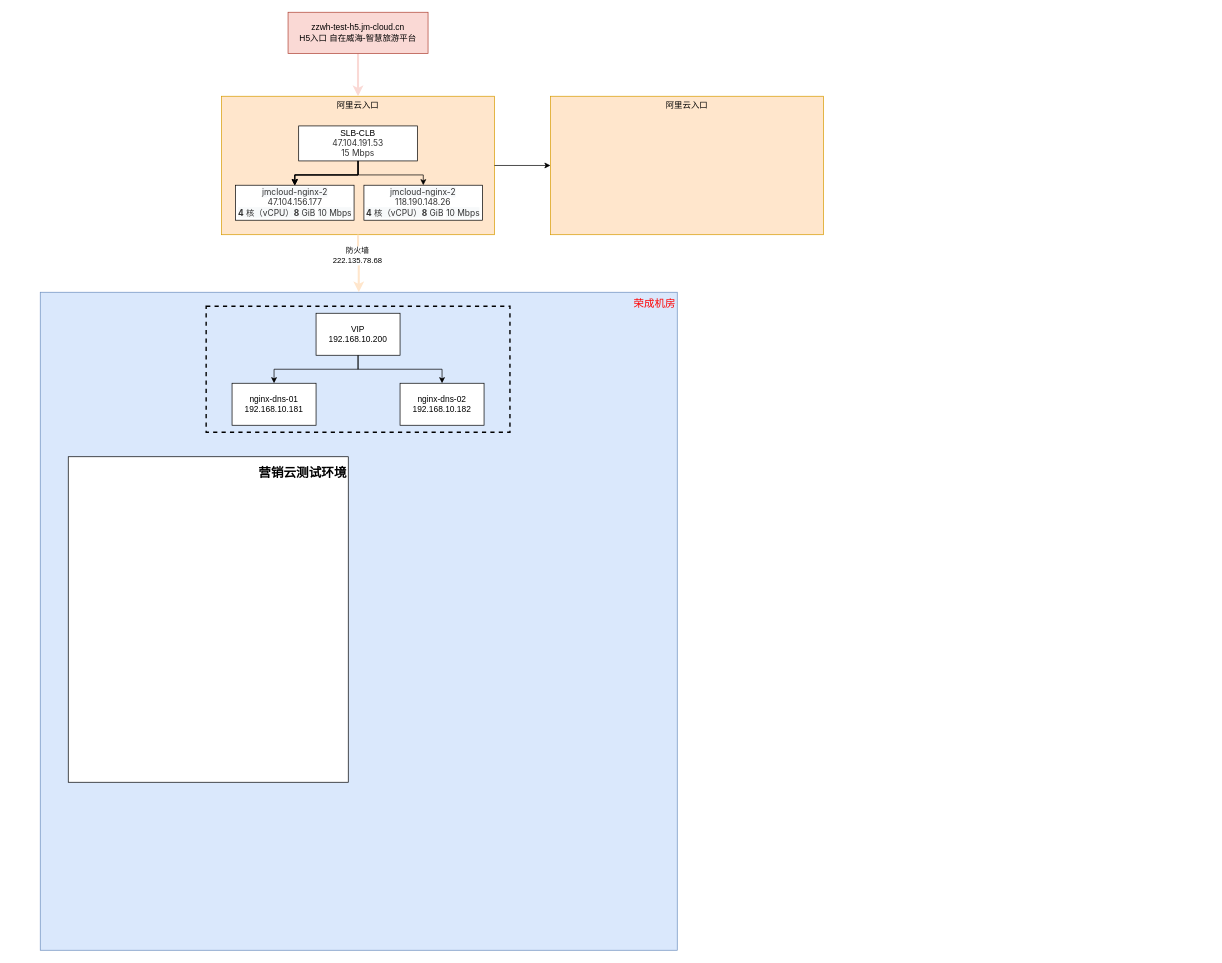
xiaoshizizhuzhu/learngit keeps this draw.io diagram as 景区云，营销云-test.drawio. Above is the earlier version. Source tidied: cells renumbered, new cells numbered last; positions are measured from the earlier drawing's top-left corner, leaving out a move shared by most shapes. Both pictures are drawn from the tidied source at 70%, with x=0, y=0 at pixel (40, 12).
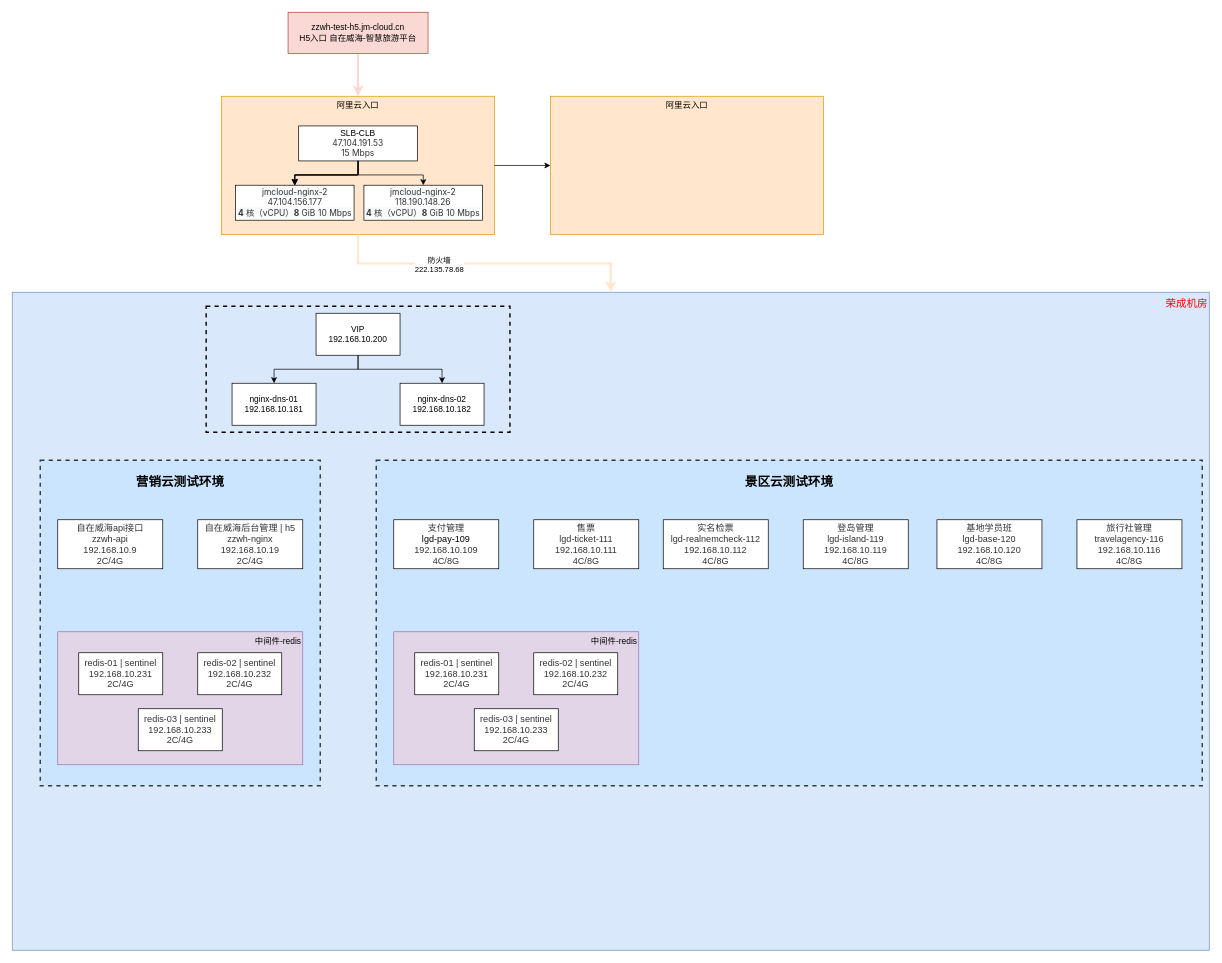
The same page after the edit.

Commit message (it also covers changes not shown here):
更新景区云，营销云-test.drawio

Diff of the diagram source:
```diff
@@
     <mxCell id="12" value="&lt;font style=&quot;font-size: 15px; color: rgb(255, 0, 0);&quot;&gt;荣成机房&lt;/font&gt;" style="whiteSpace=wrap;html=1;fillColor=#dae8fc;strokeColor=#6c8ebf;rounded=0;align=right;verticalAlign=top;" parent="1" vertex="1">
-      <mxGeometry y="400" width="910" height="940" as="geometry" />
+      <mxGeometry x="-40" y="400" width="1710" height="940" as="geometry" />
     </mxCell>
@@
-    <mxCell id="24" value="&lt;h2 style=&quot;text-align: justify;&quot;&gt;&lt;span style=&quot;background-color: transparent; color: light-dark(rgb(0, 0, 0), rgb(255, 255, 255));&quot;&gt;营销云测试环境&lt;/span&gt;&lt;/h2&gt;&lt;div&gt;&lt;span style=&quot;background-color: transparent; color: light-dark(rgb(0, 0, 0), rgb(255, 255, 255));&quot;&gt;&lt;br&gt;&lt;/span&gt;&lt;/div&gt;&lt;div&gt;&lt;span style=&quot;background-color: transparent; color: light-dark(rgb(0, 0, 0), rgb(255, 255, 255));&quot;&gt;&lt;br&gt;&lt;/span&gt;&lt;/div&gt;&lt;div&gt;&lt;span style=&quot;background-color: transparent; color: light-dark(rgb(0, 0, 0), rgb(255, 255, 255));&quot;&gt;&lt;br&gt;&lt;/span&gt;&lt;/div&gt;&lt;div&gt;&lt;span style=&quot;background-color: transparent; color: light-dark(rgb(0, 0, 0), rgb(255, 255, 255));&quot;&gt;&lt;br&gt;&lt;/span&gt;&lt;/div&gt;&lt;div&gt;&lt;span style=&quot;background-color: transparent; color: light-dark(rgb(0, 0, 0), rgb(255, 255, 255));&quot;&gt;&lt;br&gt;&lt;/span&gt;&lt;/div&gt;&lt;div&gt;&lt;span style=&quot;background-color: transparent; color: light-dark(rgb(0, 0, 0), rgb(255, 255, 255));&quot;&gt;&lt;br&gt;&lt;/span&gt;&lt;/div&gt;&lt;div&gt;&lt;span style=&quot;background-color: transparent; color: light-dark(rgb(0, 0, 0), rgb(255, 255, 255));&quot;&gt;&lt;br&gt;&lt;/span&gt;&lt;/div&gt;&lt;div&gt;&lt;span style=&quot;background-color: transparent; color: light-dark(rgb(0, 0, 0), rgb(255, 255, 255));&quot;&gt;&lt;br&gt;&lt;/span&gt;&lt;/div&gt;&lt;div&gt;&lt;span style=&quot;background-color: transparent; color: light-dark(rgb(0, 0, 0), rgb(255, 255, 255));&quot;&gt;&lt;br&gt;&lt;/span&gt;&lt;/div&gt;&lt;div&gt;&lt;span style=&quot;background-color: transparent; color: light-dark(rgb(0, 0, 0), rgb(255, 255, 255));&quot;&gt;&lt;br&gt;&lt;/span&gt;&lt;/div&gt;&lt;div&gt;&lt;span style=&quot;background-color: transparent; color: light-dark(rgb(0, 0, 0), rgb(255, 255, 255));&quot;&gt;&lt;br&gt;&lt;/span&gt;&lt;/div&gt;&lt;div&gt;&lt;span style=&quot;background-color: transparent; color: light-dark(rgb(0, 0, 0), rgb(255, 255, 255));&quot;&gt;&lt;br&gt;&lt;/span&gt;&lt;/div&gt;&lt;div&gt;&lt;span style=&quot;background-color: transparent; color: light-dark(rgb(0, 0, 0), rgb(255, 255, 255));&quot;&gt;&lt;br&gt;&lt;/span&gt;&lt;/div&gt;&lt;div&gt;&lt;span style=&quot;background-color: transparent; color: light-dark(rgb(0, 0, 0), rgb(255, 255, 255));&quot;&gt;&lt;br&gt;&lt;/span&gt;&lt;/div&gt;&lt;div&gt;&lt;span style=&quot;background-color: transparent; color: light-dark(rgb(0, 0, 0), rgb(255, 255, 255));&quot;&gt;&lt;br&gt;&lt;/span&gt;&lt;/div&gt;&lt;div&gt;&lt;span style=&quot;background-color: transparent; color: light-dark(rgb(0, 0, 0), rgb(255, 255, 255));&quot;&gt;&lt;br&gt;&lt;/span&gt;&lt;/div&gt;&lt;div&gt;&lt;span style=&quot;background-color: transparent; color: light-dark(rgb(0, 0, 0), rgb(255, 255, 255));&quot;&gt;&lt;br&gt;&lt;/span&gt;&lt;/div&gt;&lt;div&gt;&lt;span style=&quot;background-color: transparent; color: light-dark(rgb(0, 0, 0), rgb(255, 255, 255));&quot;&gt;&lt;br&gt;&lt;/span&gt;&lt;/div&gt;&lt;div&gt;&lt;span style=&quot;background-color: transparent; color: light-dark(rgb(0, 0, 0), rgb(255, 255, 255));&quot;&gt;&lt;br&gt;&lt;/span&gt;&lt;/div&gt;&lt;div&gt;&lt;span style=&quot;background-color: transparent; color: light-dark(rgb(0, 0, 0), rgb(255, 255, 255));&quot;&gt;&lt;br&gt;&lt;/span&gt;&lt;/div&gt;&lt;div&gt;&lt;span style=&quot;background-color: transparent; color: light-dark(rgb(0, 0, 0), rgb(255, 255, 255));&quot;&gt;&lt;br&gt;&lt;/span&gt;&lt;/div&gt;&lt;div&gt;&lt;span style=&quot;background-color: transparent; color: light-dark(rgb(0, 0, 0), rgb(255, 255, 255));&quot;&gt;&lt;br&gt;&lt;/span&gt;&lt;/div&gt;&lt;div&gt;&lt;span style=&quot;background-color: transparent; color: light-dark(rgb(0, 0, 0), rgb(255, 255, 255));&quot;&gt;&lt;br&gt;&lt;/span&gt;&lt;/div&gt;&lt;div&gt;&lt;span style=&quot;background-color: transparent; color: light-dark(rgb(0, 0, 0), rgb(255, 255, 255));&quot;&gt;&lt;br&gt;&lt;/span&gt;&lt;/div&gt;&lt;div&gt;&lt;span style=&quot;background-color: transparent; color: light-dark(rgb(0, 0, 0), rgb(255, 255, 255));&quot;&gt;&lt;br&gt;&lt;/span&gt;&lt;/div&gt;&lt;div&gt;&lt;span style=&quot;background-color: transparent; color: light-dark(rgb(0, 0, 0), rgb(255, 255, 255));&quot;&gt;&lt;br&gt;&lt;/span&gt;&lt;/div&gt;&lt;div&gt;&lt;span style=&quot;background-color: transparent; color: light-dark(rgb(0, 0, 0), rgb(255, 255, 255));&quot;&gt;&lt;br&gt;&lt;/span&gt;&lt;/div&gt;&lt;div&gt;&lt;span style=&quot;background-color: transparent; color: light-dark(rgb(0, 0, 0), rgb(255, 255, 255));&quot;&gt;&lt;br&gt;&lt;/span&gt;&lt;/div&gt;&lt;div&gt;&lt;span style=&quot;background-color: transparent; color: light-dark(rgb(0, 0, 0), rgb(255, 255, 255));&quot;&gt;&lt;br&gt;&lt;/span&gt;&lt;/div&gt;" style="rounded=0;whiteSpace=wrap;html=1;align=right;" parent="1" vertex="1">
-      <mxGeometry x="40" y="635" width="400" height="465" as="geometry" />
-    </mxCell>
@@
+    <mxCell id="27" style="group;" parent="1" vertex="1">
+      <mxGeometry y="640" width="400" height="465" as="geometry" />
+    </mxCell>
+    <mxCell id="24" value="&lt;h2 style=&quot;&quot;&gt;&lt;span style=&quot;background-color: transparent; color: light-dark(rgb(0, 0, 0), rgb(255, 255, 255));&quot;&gt;营销云测试环境&lt;/span&gt;&lt;/h2&gt;" style="rounded=0;whiteSpace=wrap;html=1;align=center;verticalAlign=top;fillColor=#cce5ff;strokeColor=#36393d;dashed=1;strokeWidth=2;" parent="27" vertex="1">
+      <mxGeometry width="400" height="465" as="geometry" />
+    </mxCell>
+    <mxCell id="28" value="&lt;div&gt;&lt;span style=&quot;color: rgb(50, 50, 50); font-family: &amp;quot;Microsoft YaHei&amp;quot;, 微软雅黑, Arial; font-size: 13px; background-color: rgba(255, 255, 255, 0.01);&quot;&gt;自在威海api接口&lt;/span&gt;&lt;/div&gt;&lt;span style=&quot;color: rgb(50, 50, 50); font-family: &amp;quot;Microsoft YaHei&amp;quot;, 微软雅黑, Arial; font-size: 13px; background-color: rgba(255, 255, 255, 0.01);&quot;&gt;zzwh-api&lt;/span&gt;&lt;br style=&quot;color: rgb(50, 50, 50); font-family: &amp;quot;Microsoft YaHei&amp;quot;, 微软雅黑, Arial; font-size: 13px;&quot;&gt;&lt;span style=&quot;color: rgb(50, 50, 50); font-family: &amp;quot;Microsoft YaHei&amp;quot;, 微软雅黑, Arial; font-size: 13px; background-color: rgba(255, 255, 255, 0.01);&quot;&gt;192.168.10.9&lt;/span&gt;&lt;br style=&quot;color: rgb(50, 50, 50); font-family: &amp;quot;Microsoft YaHei&amp;quot;, 微软雅黑, Arial; font-size: 13px;&quot;&gt;&lt;span style=&quot;color: rgb(50, 50, 50); font-family: &amp;quot;Microsoft YaHei&amp;quot;, 微软雅黑, Arial; font-size: 13px; background-color: rgba(255, 255, 255, 0.01);&quot;&gt;2C/4G&lt;/span&gt;" style="rounded=0;whiteSpace=wrap;html=1;" parent="27" vertex="1">
+      <mxGeometry x="25" y="85" width="150" height="70" as="geometry" />
+    </mxCell>
+    <mxCell id="29" value="&lt;div&gt;&lt;span style=&quot;color: rgb(50, 50, 50); font-family: &amp;quot;Microsoft YaHei&amp;quot;, 微软雅黑, Arial; font-size: 13px; background-color: rgba(255, 255, 255, 0.01);&quot;&gt;自在威海后台管理 | h5&lt;/span&gt;&lt;/div&gt;&lt;span style=&quot;color: rgb(50, 50, 50); font-family: &amp;quot;Microsoft YaHei&amp;quot;, 微软雅黑, Arial; font-size: 13px; background-color: rgba(255, 255, 255, 0.01);&quot;&gt;zzwh-nginx&lt;/span&gt;&lt;br style=&quot;color: rgb(50, 50, 50); font-family: &amp;quot;Microsoft YaHei&amp;quot;, 微软雅黑, Arial; font-size: 13px;&quot;&gt;&lt;span style=&quot;color: rgb(50, 50, 50); font-family: &amp;quot;Microsoft YaHei&amp;quot;, 微软雅黑, Arial; font-size: 13px; background-color: rgba(255, 255, 255, 0.01);&quot;&gt;192.168.10.19&lt;/span&gt;&lt;br style=&quot;color: rgb(50, 50, 50); font-family: &amp;quot;Microsoft YaHei&amp;quot;, 微软雅黑, Arial; font-size: 13px;&quot;&gt;&lt;span style=&quot;color: rgb(50, 50, 50); font-family: &amp;quot;Microsoft YaHei&amp;quot;, 微软雅黑, Arial; font-size: 13px; background-color: rgba(255, 255, 255, 0.01);&quot;&gt;2C/4G&lt;/span&gt;" style="whiteSpace=wrap;html=1;rounded=0;" parent="27" vertex="1">
+      <mxGeometry x="225" y="85" width="150" height="70" as="geometry" />
+    </mxCell>
+    <mxCell id="30" value="中间件-redis" style="rounded=0;whiteSpace=wrap;html=1;align=right;verticalAlign=top;fillColor=#e1d5e7;strokeColor=#9673a6;" parent="27" vertex="1">
+      <mxGeometry x="25" y="245" width="350" height="190" as="geometry" />
+    </mxCell>
+    <mxCell id="31" value="&lt;span style=&quot;color: rgb(50, 50, 50); font-family: &amp;quot;Microsoft YaHei&amp;quot;, 微软雅黑, Arial; font-size: 13px; background-color: rgba(255, 255, 255, 0.01);&quot;&gt;redis-01 | sentinel&lt;/span&gt;&lt;div style=&quot;resize: none; outline: none; font-size: 13px; color: rgb(50, 50, 50); font-family: &amp;quot;Microsoft YaHei&amp;quot;, 微软雅黑, Arial;&quot;&gt;192.168.10.231&lt;div style=&quot;resize: none; outline: none; font-size: inherit;&quot;&gt;2C/4G&lt;/div&gt;&lt;/div&gt;" style="rounded=0;whiteSpace=wrap;html=1;" parent="27" vertex="1">
+      <mxGeometry x="55" y="275" width="120" height="60" as="geometry" />
+    </mxCell>
+    <mxCell id="32" value="&lt;span style=&quot;color: rgb(50, 50, 50); font-family: &amp;quot;Microsoft YaHei&amp;quot;, 微软雅黑, Arial; font-size: 13px; background-color: rgba(255, 255, 255, 0.01);&quot;&gt;redis-02 | sentinel&lt;/span&gt;&lt;div style=&quot;resize: none; outline: none; font-size: 13px; color: rgb(50, 50, 50); font-family: &amp;quot;Microsoft YaHei&amp;quot;, 微软雅黑, Arial;&quot;&gt;192.168.10.232&lt;div style=&quot;resize: none; outline: none; font-size: inherit;&quot;&gt;2C/4G&lt;/div&gt;&lt;/div&gt;" style="rounded=0;whiteSpace=wrap;html=1;" parent="27" vertex="1">
+      <mxGeometry x="225" y="275" width="120" height="60" as="geometry" />
+    </mxCell>
+    <mxCell id="33" value="&lt;span style=&quot;color: rgb(50, 50, 50); font-family: &amp;quot;Microsoft YaHei&amp;quot;, 微软雅黑, Arial; font-size: 13px; background-color: rgba(255, 255, 255, 0.01);&quot;&gt;redis-03 | sentinel&lt;/span&gt;&lt;div style=&quot;resize: none; outline: none; font-size: 13px; color: rgb(50, 50, 50); font-family: &amp;quot;Microsoft YaHei&amp;quot;, 微软雅黑, Arial;&quot;&gt;192.168.10.233&lt;div style=&quot;resize: none; outline: none; font-size: inherit;&quot;&gt;2C/4G&lt;/div&gt;&lt;/div&gt;" style="rounded=0;whiteSpace=wrap;html=1;" parent="27" vertex="1">
+      <mxGeometry x="140" y="355" width="120" height="60" as="geometry" />
+    </mxCell>
+    <mxCell id="34" value="&lt;h2 style=&quot;&quot;&gt;&lt;span style=&quot;background-color: transparent; color: light-dark(rgb(0, 0, 0), rgb(255, 255, 255));&quot;&gt;景区云测试环境&lt;/span&gt;&lt;/h2&gt;" style="rounded=0;whiteSpace=wrap;html=1;align=center;verticalAlign=top;fillColor=#cce5ff;strokeColor=#36393d;dashed=1;strokeWidth=2;" parent="1" vertex="1">
+      <mxGeometry x="480" y="640" width="1180" height="465" as="geometry" />
+    </mxCell>
+    <mxCell id="35" value="&lt;div&gt;&lt;font face=&quot;Microsoft YaHei, 微软雅黑, Arial&quot; color=&quot;#323232&quot;&gt;&lt;span style=&quot;font-size: 13px; background-color: rgba(255, 255, 255, 0.01);&quot;&gt;支付管理&lt;/span&gt;&lt;/font&gt;&lt;/div&gt;&lt;span style=&quot;font-family: helvetica, arial, verdana, sans-serif; font-size: 13px; text-align: start; background-color: rgb(255, 255, 255);&quot;&gt;lgd-pay-109&lt;/span&gt;&lt;br style=&quot;color: rgb(50, 50, 50); font-family: &amp;quot;Microsoft YaHei&amp;quot;, 微软雅黑, Arial; font-size: 13px;&quot;&gt;&lt;span style=&quot;color: rgb(50, 50, 50); font-family: &amp;quot;Microsoft YaHei&amp;quot;, 微软雅黑, Arial; font-size: 13px; background-color: rgba(255, 255, 255, 0.01);&quot;&gt;192.168.10.109&lt;/span&gt;&lt;br style=&quot;color: rgb(50, 50, 50); font-family: &amp;quot;Microsoft YaHei&amp;quot;, 微软雅黑, Arial; font-size: 13px;&quot;&gt;&lt;span style=&quot;color: rgb(50, 50, 50); font-family: &amp;quot;Microsoft YaHei&amp;quot;, 微软雅黑, Arial; font-size: 13px; background-color: rgba(255, 255, 255, 0.01);&quot;&gt;4C/8G&lt;/span&gt;" style="rounded=0;whiteSpace=wrap;html=1;" parent="1" vertex="1">
+      <mxGeometry x="505" y="725" width="150" height="70" as="geometry" />
+    </mxCell>
+    <mxCell id="36" value="&lt;div&gt;&lt;font face=&quot;Microsoft YaHei, 微软雅黑, Arial&quot; color=&quot;#323232&quot;&gt;&lt;span style=&quot;font-size: 13px; background-color: rgba(255, 255, 255, 0.01);&quot;&gt;售票&lt;/span&gt;&lt;/font&gt;&lt;/div&gt;&lt;span style=&quot;color: rgb(50, 50, 50); font-family: &amp;quot;Microsoft YaHei&amp;quot;, 微软雅黑, Arial; font-size: 13px; background-color: rgba(255, 255, 255, 0.01);&quot;&gt;lgd-ticket-111&lt;/span&gt;&lt;br style=&quot;color: rgb(50, 50, 50); font-family: &amp;quot;Microsoft YaHei&amp;quot;, 微软雅黑, Arial; font-size: 13px;&quot;&gt;&lt;span style=&quot;color: rgb(50, 50, 50); font-family: &amp;quot;Microsoft YaHei&amp;quot;, 微软雅黑, Arial; font-size: 13px; background-color: rgba(255, 255, 255, 0.01);&quot;&gt;192.168.10.111&lt;/span&gt;&lt;br style=&quot;color: rgb(50, 50, 50); font-family: &amp;quot;Microsoft YaHei&amp;quot;, 微软雅黑, Arial; font-size: 13px;&quot;&gt;&lt;span style=&quot;color: rgb(50, 50, 50); font-family: &amp;quot;Microsoft YaHei&amp;quot;, 微软雅黑, Arial; font-size: 13px; background-color: rgba(255, 255, 255, 0.01);&quot;&gt;4C/8G&lt;/span&gt;" style="whiteSpace=wrap;html=1;rounded=0;" parent="1" vertex="1">
+      <mxGeometry x="705" y="725" width="150" height="70" as="geometry" />
+    </mxCell>
+    <mxCell id="37" value="中间件-redis" style="rounded=0;whiteSpace=wrap;html=1;align=right;verticalAlign=top;fillColor=#e1d5e7;strokeColor=#9673a6;" parent="1" vertex="1">
+      <mxGeometry x="505" y="885" width="350" height="190" as="geometry" />
+    </mxCell>
+    <mxCell id="38" value="&lt;span style=&quot;color: rgb(50, 50, 50); font-family: &amp;quot;Microsoft YaHei&amp;quot;, 微软雅黑, Arial; font-size: 13px; background-color: rgba(255, 255, 255, 0.01);&quot;&gt;redis-01 | sentinel&lt;/span&gt;&lt;div style=&quot;resize: none; outline: none; font-size: 13px; color: rgb(50, 50, 50); font-family: &amp;quot;Microsoft YaHei&amp;quot;, 微软雅黑, Arial;&quot;&gt;192.168.10.231&lt;div style=&quot;resize: none; outline: none; font-size: inherit;&quot;&gt;2C/4G&lt;/div&gt;&lt;/div&gt;" style="rounded=0;whiteSpace=wrap;html=1;" parent="1" vertex="1">
+      <mxGeometry x="535" y="915" width="120" height="60" as="geometry" />
+    </mxCell>
+    <mxCell id="39" value="&lt;span style=&quot;color: rgb(50, 50, 50); font-family: &amp;quot;Microsoft YaHei&amp;quot;, 微软雅黑, Arial; font-size: 13px; background-color: rgba(255, 255, 255, 0.01);&quot;&gt;redis-02 | sentinel&lt;/span&gt;&lt;div style=&quot;resize: none; outline: none; font-size: 13px; color: rgb(50, 50, 50); font-family: &amp;quot;Microsoft YaHei&amp;quot;, 微软雅黑, Arial;&quot;&gt;192.168.10.232&lt;div style=&quot;resize: none; outline: none; font-size: inherit;&quot;&gt;2C/4G&lt;/div&gt;&lt;/div&gt;" style="rounded=0;whiteSpace=wrap;html=1;" parent="1" vertex="1">
+      <mxGeometry x="705" y="915" width="120" height="60" as="geometry" />
+    </mxCell>
+    <mxCell id="40" value="&lt;span style=&quot;color: rgb(50, 50, 50); font-family: &amp;quot;Microsoft YaHei&amp;quot;, 微软雅黑, Arial; font-size: 13px; background-color: rgba(255, 255, 255, 0.01);&quot;&gt;redis-03 | sentinel&lt;/span&gt;&lt;div style=&quot;resize: none; outline: none; font-size: 13px; color: rgb(50, 50, 50); font-family: &amp;quot;Microsoft YaHei&amp;quot;, 微软雅黑, Arial;&quot;&gt;192.168.10.233&lt;div style=&quot;resize: none; outline: none; font-size: inherit;&quot;&gt;2C/4G&lt;/div&gt;&lt;/div&gt;" style="rounded=0;whiteSpace=wrap;html=1;" parent="1" vertex="1">
+      <mxGeometry x="620" y="995" width="120" height="60" as="geometry" />
+    </mxCell>
+    <mxCell id="41" value="&lt;div&gt;&lt;font face=&quot;Microsoft YaHei, 微软雅黑, Arial&quot; color=&quot;#323232&quot;&gt;&lt;span style=&quot;font-size: 13px; background-color: rgba(255, 255, 255, 0.01);&quot;&gt;登岛管理&lt;/span&gt;&lt;/font&gt;&lt;/div&gt;&lt;span style=&quot;color: rgb(50, 50, 50); font-family: &amp;quot;Microsoft YaHei&amp;quot;, 微软雅黑, Arial; font-size: 13px; background-color: rgba(255, 255, 255, 0.01);&quot;&gt;lgd-island-119&lt;/span&gt;&lt;br style=&quot;color: rgb(50, 50, 50); font-family: &amp;quot;Microsoft YaHei&amp;quot;, 微软雅黑, Arial; font-size: 13px;&quot;&gt;&lt;span style=&quot;color: rgb(50, 50, 50); font-family: &amp;quot;Microsoft YaHei&amp;quot;, 微软雅黑, Arial; font-size: 13px; background-color: rgba(255, 255, 255, 0.01);&quot;&gt;192.168.10.119&lt;/span&gt;&lt;br style=&quot;color: rgb(50, 50, 50); font-family: &amp;quot;Microsoft YaHei&amp;quot;, 微软雅黑, Arial; font-size: 13px;&quot;&gt;&lt;span style=&quot;color: rgb(50, 50, 50); font-family: &amp;quot;Microsoft YaHei&amp;quot;, 微软雅黑, Arial; font-size: 13px; background-color: rgba(255, 255, 255, 0.01);&quot;&gt;4C/8G&lt;/span&gt;" style="whiteSpace=wrap;html=1;rounded=0;" parent="1" vertex="1">
+      <mxGeometry x="1090" y="725" width="150" height="70" as="geometry" />
+    </mxCell>
+    <mxCell id="42" value="&lt;div&gt;&lt;font face=&quot;Microsoft YaHei, 微软雅黑, Arial&quot; color=&quot;#323232&quot;&gt;&lt;span style=&quot;font-size: 13px; background-color: rgba(255, 255, 255, 0.01);&quot;&gt;实名检票&lt;/span&gt;&lt;/font&gt;&lt;/div&gt;&lt;span style=&quot;color: rgb(50, 50, 50); font-family: &amp;quot;Microsoft YaHei&amp;quot;, 微软雅黑, Arial; font-size: 13px; background-color: rgba(255, 255, 255, 0.01);&quot;&gt;lgd-realnemcheck-112&lt;/span&gt;&lt;br style=&quot;color: rgb(50, 50, 50); font-family: &amp;quot;Microsoft YaHei&amp;quot;, 微软雅黑, Arial; font-size: 13px;&quot;&gt;&lt;span style=&quot;color: rgb(50, 50, 50); font-family: &amp;quot;Microsoft YaHei&amp;quot;, 微软雅黑, Arial; font-size: 13px; background-color: rgba(255, 255, 255, 0.01);&quot;&gt;192.168.10.112&lt;/span&gt;&lt;br style=&quot;color: rgb(50, 50, 50); font-family: &amp;quot;Microsoft YaHei&amp;quot;, 微软雅黑, Arial; font-size: 13px;&quot;&gt;&lt;span style=&quot;color: rgb(50, 50, 50); font-family: &amp;quot;Microsoft YaHei&amp;quot;, 微软雅黑, Arial; font-size: 13px; background-color: rgba(255, 255, 255, 0.01);&quot;&gt;4C/8G&lt;/span&gt;" style="rounded=0;whiteSpace=wrap;html=1;" parent="1" vertex="1">
+      <mxGeometry x="890" y="725" width="150" height="70" as="geometry" />
+    </mxCell>
+    <mxCell id="43" value="&lt;div&gt;&lt;font face=&quot;Microsoft YaHei, 微软雅黑, Arial&quot; color=&quot;#323232&quot;&gt;&lt;span style=&quot;font-size: 13px; background-color: rgba(255, 255, 255, 0.01);&quot;&gt;旅行社管理&lt;/span&gt;&lt;/font&gt;&lt;/div&gt;&lt;span style=&quot;color: rgb(50, 50, 50); font-family: &amp;quot;Microsoft YaHei&amp;quot;, 微软雅黑, Arial; font-size: 13px; background-color: rgba(255, 255, 255, 0.01);&quot;&gt;travelagency-116&lt;/span&gt;&lt;br style=&quot;color: rgb(50, 50, 50); font-family: &amp;quot;Microsoft YaHei&amp;quot;, 微软雅黑, Arial; font-size: 13px;&quot;&gt;&lt;span style=&quot;color: rgb(50, 50, 50); font-family: &amp;quot;Microsoft YaHei&amp;quot;, 微软雅黑, Arial; font-size: 13px; background-color: rgba(255, 255, 255, 0.01);&quot;&gt;192.168.10.116&lt;/span&gt;&lt;br style=&quot;color: rgb(50, 50, 50); font-family: &amp;quot;Microsoft YaHei&amp;quot;, 微软雅黑, Arial; font-size: 13px;&quot;&gt;&lt;span style=&quot;color: rgb(50, 50, 50); font-family: &amp;quot;Microsoft YaHei&amp;quot;, 微软雅黑, Arial; font-size: 13px; background-color: rgba(255, 255, 255, 0.01);&quot;&gt;4C/8G&lt;/span&gt;" style="whiteSpace=wrap;html=1;rounded=0;" parent="1" vertex="1">
+      <mxGeometry x="1481" y="725" width="150" height="70" as="geometry" />
+    </mxCell>
+    <mxCell id="44" value="&lt;div&gt;&lt;font face=&quot;Microsoft YaHei, 微软雅黑, Arial&quot; color=&quot;#323232&quot;&gt;&lt;span style=&quot;font-size: 13px; background-color: rgba(255, 255, 255, 0.01);&quot;&gt;基地学员班&lt;/span&gt;&lt;/font&gt;&lt;/div&gt;&lt;span style=&quot;color: rgb(50, 50, 50); font-family: &amp;quot;Microsoft YaHei&amp;quot;, 微软雅黑, Arial; font-size: 13px; background-color: rgba(255, 255, 255, 0.01);&quot;&gt;lgd-base-120&lt;/span&gt;&lt;br style=&quot;color: rgb(50, 50, 50); font-family: &amp;quot;Microsoft YaHei&amp;quot;, 微软雅黑, Arial; font-size: 13px;&quot;&gt;&lt;span style=&quot;color: rgb(50, 50, 50); font-family: &amp;quot;Microsoft YaHei&amp;quot;, 微软雅黑, Arial; font-size: 13px; background-color: rgba(255, 255, 255, 0.01);&quot;&gt;192.168.10.120&lt;/span&gt;&lt;br style=&quot;color: rgb(50, 50, 50); font-family: &amp;quot;Microsoft YaHei&amp;quot;, 微软雅黑, Arial; font-size: 13px;&quot;&gt;&lt;span style=&quot;color: rgb(50, 50, 50); font-family: &amp;quot;Microsoft YaHei&amp;quot;, 微软雅黑, Arial; font-size: 13px; background-color: rgba(255, 255, 255, 0.01);&quot;&gt;4C/8G&lt;/span&gt;" style="rounded=0;whiteSpace=wrap;html=1;" parent="1" vertex="1">
+      <mxGeometry x="1281" y="725" width="150" height="70" as="geometry" />
+    </mxCell>
```
